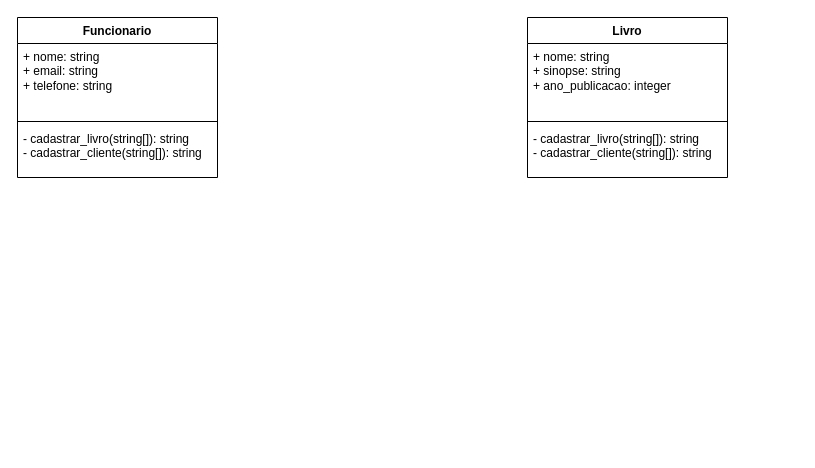
The draw.io diagram Diagrama sem nome.drawio in kaique-ryan-santos-chagas/diagrams, before the edit. Source tidied: cells renumbered, new cells numbered last; positions are measured from the earlier drawing's top-left corner, leaving out a move shared by most shapes. Both pictures are drawn from the tidied source at 100%, with x=0, y=0 at pixel (17, 17).
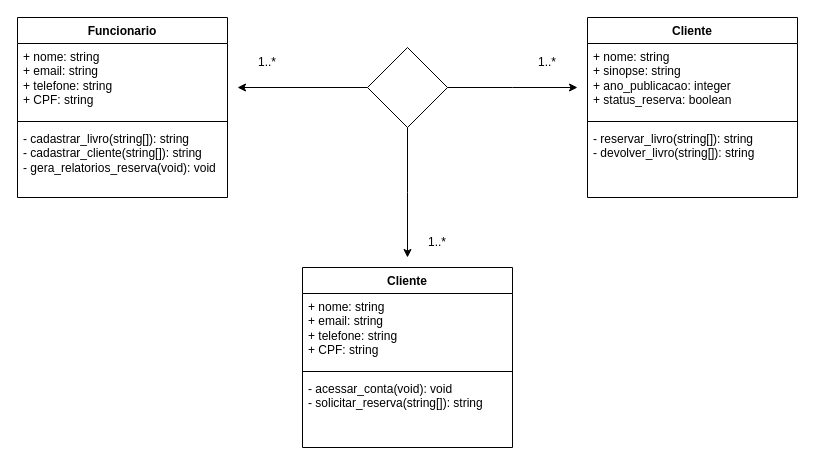
After the change.

The edit, as a diff of the source:
```diff
@@
     <mxCell id="2" value="Funcionario" style="swimlane;fontStyle=1;align=center;verticalAlign=top;horizontal=1;startSize=26;whiteSpace=wrap;html=1;" parent="1" vertex="1">
-      <mxGeometry width="200" height="160" as="geometry" />
+      <mxGeometry width="210" height="180" as="geometry" />
     </mxCell>
-    <mxCell id="3" value="+ nome: string&lt;br&gt;+ email: string&lt;br&gt;+ telefone: string" style="text;strokeColor=none;fillColor=none;align=left;verticalAlign=top;spacingLeft=4;spacingRight=4;overflow=hidden;whiteSpace=wrap;html=1;" parent="2" vertex="1">
-      <mxGeometry y="26" width="200" height="74" as="geometry" />
+    <mxCell id="3" value="+ nome: string&lt;br&gt;+ email: string&lt;br&gt;+ telefone: string&lt;br&gt;+ CPF: string" style="text;strokeColor=none;fillColor=none;align=left;verticalAlign=top;spacingLeft=4;spacingRight=4;overflow=hidden;whiteSpace=wrap;html=1;" parent="2" vertex="1">
+      <mxGeometry y="26" width="210" height="74" as="geometry" />
     </mxCell>
     <mxCell id="4" style="line;strokeWidth=1;fillColor=none;align=left;verticalAlign=middle;spacingTop=-1;spacingLeft=3;spacingRight=3;labelPosition=right;strokeColor=inherit;" parent="2" vertex="1">
-      <mxGeometry y="100" width="200" height="8" as="geometry" />
+      <mxGeometry y="100" width="210" height="8" as="geometry" />
     </mxCell>
-    <mxCell id="5" value="- cadastrar_livro(string[]): string&lt;br&gt;- cadastrar_cliente(string[]): string" style="text;strokeColor=none;fillColor=none;align=left;verticalAlign=top;spacingLeft=4;spacingRight=4;overflow=hidden;whiteSpace=wrap;html=1;" parent="2" vertex="1">
-      <mxGeometry y="108" width="200" height="52" as="geometry" />
+    <mxCell id="5" value="- cadastrar_livro(string[]): string&lt;br&gt;- cadastrar_cliente(string[]): string&lt;br&gt;- gera_relatorios_reserva(void): void" style="text;strokeColor=none;fillColor=none;align=left;verticalAlign=top;spacingLeft=4;spacingRight=4;overflow=hidden;whiteSpace=wrap;html=1;" parent="2" vertex="1">
+      <mxGeometry y="108" width="210" height="72" as="geometry" />
     </mxCell>
-    <mxCell id="6" value="Livro" style="swimlane;fontStyle=1;align=center;verticalAlign=top;horizontal=1;startSize=26;whiteSpace=wrap;html=1;" parent="1" vertex="1">
-      <mxGeometry x="510" width="200" height="160" as="geometry" />
-    </mxCell>
-    <mxCell id="7" value="+ nome: string&lt;br&gt;+ sinopse: string&lt;br&gt;+ ano_publicacao: integer" style="text;strokeColor=none;fillColor=none;align=left;verticalAlign=top;spacingLeft=4;spacingRight=4;overflow=hidden;whiteSpace=wrap;html=1;" parent="6" vertex="1">
-      <mxGeometry y="26" width="200" height="74" as="geometry" />
-    </mxCell>
-    <mxCell id="8" style="line;strokeWidth=1;fillColor=none;align=left;verticalAlign=middle;spacingTop=-1;spacingLeft=3;spacingRight=3;labelPosition=right;strokeColor=inherit;" parent="6" vertex="1">
-      <mxGeometry y="100" width="200" height="8" as="geometry" />
-    </mxCell>
-    <mxCell id="9" value="- cadastrar_livro(string[]): string&lt;br&gt;- cadastrar_cliente(string[]): string" style="text;strokeColor=none;fillColor=none;align=left;verticalAlign=top;spacingLeft=4;spacingRight=4;overflow=hidden;whiteSpace=wrap;html=1;" parent="6" vertex="1">
-      <mxGeometry y="108" width="200" height="52" as="geometry" />
-    </mxCell>
+    <mxCell id="10" style="edgeStyle=orthogonalEdgeStyle;rounded=0;jettySize=auto;html=1;exitX=1;exitY=0.5;exitDx=0;exitDy=0;" parent="1" edge="1" source="13">
+      <mxGeometry relative="1" as="geometry">
+        <mxPoint x="560" y="70" as="targetPoint" />
+      </mxGeometry>
+    </mxCell>
+    <mxCell id="11" style="edgeStyle=orthogonalEdgeStyle;rounded=0;jettySize=auto;html=1;exitX=0;exitY=0.5;exitDx=0;exitDy=0;" parent="1" edge="1" source="13">
+      <mxGeometry relative="1" as="geometry">
+        <mxPoint x="220" y="70" as="targetPoint" />
+      </mxGeometry>
+    </mxCell>
+    <mxCell id="12" style="edgeStyle=orthogonalEdgeStyle;rounded=0;jettySize=auto;html=1;exitX=0.5;exitY=1;exitDx=0;exitDy=0;" parent="1" edge="1" source="13">
+      <mxGeometry relative="1" as="geometry">
+        <mxPoint x="390" y="240" as="targetPoint" />
+      </mxGeometry>
+    </mxCell>
+    <mxCell id="13" style="rhombus;whiteSpace=wrap;html=1;" parent="1" vertex="1">
+      <mxGeometry x="350" y="30" width="80" height="80" as="geometry" />
+    </mxCell>
+    <mxCell id="14" value="1..*" style="text;html=1;strokeColor=none;fillColor=none;align=center;verticalAlign=middle;whiteSpace=wrap;rounded=0;" parent="1" vertex="1">
+      <mxGeometry x="220" y="30" width="60" height="30" as="geometry" />
+    </mxCell>
+    <mxCell id="15" value="1..*" style="text;html=1;strokeColor=none;fillColor=none;align=center;verticalAlign=middle;whiteSpace=wrap;rounded=0;" parent="1" vertex="1">
+      <mxGeometry x="500" y="30" width="60" height="30" as="geometry" />
+    </mxCell>
+    <mxCell id="16" value="Cliente" style="swimlane;fontStyle=1;align=center;verticalAlign=top;horizontal=1;startSize=26;whiteSpace=wrap;html=1;" parent="1" vertex="1">
+      <mxGeometry x="285" y="250" width="210" height="180" as="geometry" />
+    </mxCell>
+    <mxCell id="17" value="+ nome: string&lt;br&gt;+ email: string&lt;br&gt;+ telefone: string&lt;br&gt;+ CPF: string" style="text;strokeColor=none;fillColor=none;align=left;verticalAlign=top;spacingLeft=4;spacingRight=4;overflow=hidden;whiteSpace=wrap;html=1;" parent="16" vertex="1">
+      <mxGeometry y="26" width="210" height="74" as="geometry" />
+    </mxCell>
+    <mxCell id="18" style="line;strokeWidth=1;fillColor=none;align=left;verticalAlign=middle;spacingTop=-1;spacingLeft=3;spacingRight=3;labelPosition=right;strokeColor=inherit;" parent="16" vertex="1">
+      <mxGeometry y="100" width="210" height="8" as="geometry" />
+    </mxCell>
+    <mxCell id="19" value="- acessar_conta(void): void&lt;br&gt;- solicitar_reserva(string[]): string" style="text;strokeColor=none;fillColor=none;align=left;verticalAlign=top;spacingLeft=4;spacingRight=4;overflow=hidden;whiteSpace=wrap;html=1;" parent="16" vertex="1">
+      <mxGeometry y="108" width="210" height="72" as="geometry" />
+    </mxCell>
+    <mxCell id="20" value="1..*" style="text;html=1;strokeColor=none;fillColor=none;align=center;verticalAlign=middle;whiteSpace=wrap;rounded=0;" parent="1" vertex="1">
+      <mxGeometry x="390" y="210" width="60" height="30" as="geometry" />
+    </mxCell>
+    <mxCell id="21" value="Cliente" style="swimlane;fontStyle=1;align=center;verticalAlign=top;horizontal=1;startSize=26;whiteSpace=wrap;html=1;" parent="1" vertex="1">
+      <mxGeometry x="570" width="210" height="180" as="geometry" />
+    </mxCell>
+    <mxCell id="22" value="+ nome: string&lt;br&gt;+ sinopse: string&lt;br&gt;+ ano_publicacao: integer&lt;br&gt;+ status_reserva: boolean" style="text;strokeColor=none;fillColor=none;align=left;verticalAlign=top;spacingLeft=4;spacingRight=4;overflow=hidden;whiteSpace=wrap;html=1;" parent="21" vertex="1">
+      <mxGeometry y="26" width="210" height="74" as="geometry" />
+    </mxCell>
+    <mxCell id="23" style="line;strokeWidth=1;fillColor=none;align=left;verticalAlign=middle;spacingTop=-1;spacingLeft=3;spacingRight=3;labelPosition=right;strokeColor=inherit;" parent="21" vertex="1">
+      <mxGeometry y="100" width="210" height="8" as="geometry" />
+    </mxCell>
+    <mxCell id="24" value="- reservar_livro(string[]): string&lt;br&gt;- devolver_livro(string[]): string" style="text;strokeColor=none;fillColor=none;align=left;verticalAlign=top;spacingLeft=4;spacingRight=4;overflow=hidden;whiteSpace=wrap;html=1;" parent="21" vertex="1">
+      <mxGeometry y="108" width="210" height="72" as="geometry" />
+    </mxCell>
```
